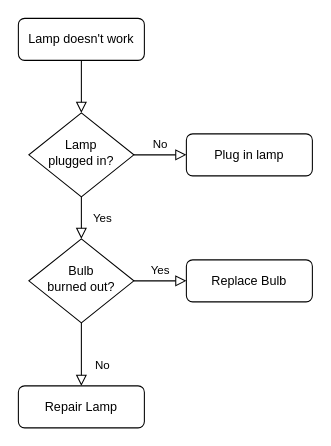
Above: 未命名绘图.drawio in Gracexxx20/yusin (draw.io), before the change. Source tidied: cells renumbered, new cells numbered last; positions are measured from the earlier drawing's top-left corner, leaving out a move shared by most shapes. Both pictures are drawn from the tidied source at 105%, with x=0, y=0 at pixel (18, 18).
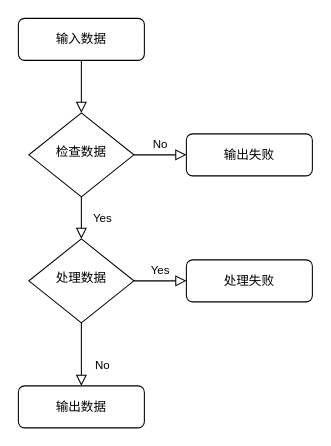
After the change.

The edit, as a diff of the source:
```diff
@@
 <mxGraphModel>
   <root>
     <mxCell id="0" />
     <mxCell id="1" parent="0" />
     <mxCell id="2" style="rounded=0;html=1;jettySize=auto;fontSize=11;endArrow=block;endFill=0;endSize=8;strokeWidth=1;shadow=0;labelBackgroundColor=none;edgeStyle=orthogonalEdgeStyle;" parent="1" edge="1" source="3" target="6">
       <mxGeometry relative="1" as="geometry" />
     </mxCell>
-    <mxCell id="3" value="Lamp doesn't work" style="rounded=1;whiteSpace=wrap;html=1;fontSize=12;glass=0;strokeWidth=1;shadow=0;" parent="1" vertex="1">
+    <mxCell id="3" value="输入数据" style="rounded=1;whiteSpace=wrap;html=1;fontSize=12;glass=0;strokeWidth=1;shadow=0;" parent="1" vertex="1">
       <mxGeometry width="120" height="40" as="geometry" />
     </mxCell>
     <mxCell id="4" value="Yes" style="rounded=0;html=1;jettySize=auto;fontSize=11;endArrow=block;endFill=0;endSize=8;strokeWidth=1;shadow=0;labelBackgroundColor=none;edgeStyle=orthogonalEdgeStyle;" parent="1" edge="1" source="6" target="10">
       <mxGeometry y="20" relative="1" as="geometry" />
     </mxCell>
     <mxCell id="5" value="No" style="edgeStyle=orthogonalEdgeStyle;rounded=0;html=1;jettySize=auto;fontSize=11;endArrow=block;endFill=0;endSize=8;strokeWidth=1;shadow=0;labelBackgroundColor=none;" parent="1" edge="1" source="6" target="7">
       <mxGeometry y="10" relative="1" as="geometry" />
     </mxCell>
-    <mxCell id="6" value="Lamp&lt;br&gt;plugged in?" style="rhombus;whiteSpace=wrap;html=1;shadow=0;fontFamily=Helvetica;fontSize=12;align=center;strokeWidth=1;spacing=6;spacingTop=-4;" parent="1" vertex="1">
+    <mxCell id="6" value="检查数据" style="rhombus;whiteSpace=wrap;html=1;shadow=0;fontFamily=Helvetica;fontSize=12;align=center;strokeWidth=1;spacing=6;spacingTop=-4;" parent="1" vertex="1">
       <mxGeometry x="10" y="90" width="100" height="80" as="geometry" />
     </mxCell>
-    <mxCell id="7" value="Plug in lamp" style="rounded=1;whiteSpace=wrap;html=1;fontSize=12;glass=0;strokeWidth=1;shadow=0;" parent="1" vertex="1">
+    <mxCell id="7" value="输出失败" style="rounded=1;whiteSpace=wrap;html=1;fontSize=12;glass=0;strokeWidth=1;shadow=0;" parent="1" vertex="1">
       <mxGeometry x="160" y="110" width="120" height="40" as="geometry" />
     </mxCell>
     <mxCell id="8" value="No" style="rounded=0;html=1;jettySize=auto;fontSize=11;endArrow=block;endFill=0;endSize=8;strokeWidth=1;shadow=0;labelBackgroundColor=none;edgeStyle=orthogonalEdgeStyle;" parent="1" edge="1" source="10" target="11">
       <mxGeometry x="0.33" y="20" relative="1" as="geometry" />
     </mxCell>
     <mxCell id="9" value="Yes" style="edgeStyle=orthogonalEdgeStyle;rounded=0;html=1;jettySize=auto;fontSize=11;endArrow=block;endFill=0;endSize=8;strokeWidth=1;shadow=0;labelBackgroundColor=none;" parent="1" edge="1" source="10" target="12">
       <mxGeometry y="10" relative="1" as="geometry" />
     </mxCell>
-    <mxCell id="10" value="Bulb&lt;br&gt;burned out?" style="rhombus;whiteSpace=wrap;html=1;shadow=0;fontFamily=Helvetica;fontSize=12;align=center;strokeWidth=1;spacing=6;spacingTop=-4;" parent="1" vertex="1">
+    <mxCell id="10" value="处理数据" style="rhombus;whiteSpace=wrap;html=1;shadow=0;fontFamily=Helvetica;fontSize=12;align=center;strokeWidth=1;spacing=6;spacingTop=-4;" parent="1" vertex="1">
       <mxGeometry x="10" y="210" width="100" height="80" as="geometry" />
     </mxCell>
-    <mxCell id="11" value="Repair Lamp" style="rounded=1;whiteSpace=wrap;html=1;fontSize=12;glass=0;strokeWidth=1;shadow=0;" parent="1" vertex="1">
+    <mxCell id="11" value="输出数据" style="rounded=1;whiteSpace=wrap;html=1;fontSize=12;glass=0;strokeWidth=1;shadow=0;" parent="1" vertex="1">
       <mxGeometry y="350" width="120" height="40" as="geometry" />
     </mxCell>
-    <mxCell id="12" value="Replace Bulb" style="rounded=1;whiteSpace=wrap;html=1;fontSize=12;glass=0;strokeWidth=1;shadow=0;" parent="1" vertex="1">
+    <mxCell id="12" value="处理失败" style="rounded=1;whiteSpace=wrap;html=1;fontSize=12;glass=0;strokeWidth=1;shadow=0;" parent="1" vertex="1">
       <mxGeometry x="160" y="230" width="120" height="40" as="geometry" />
     </mxCell>
   </root>
 </mxGraphModel>
```
